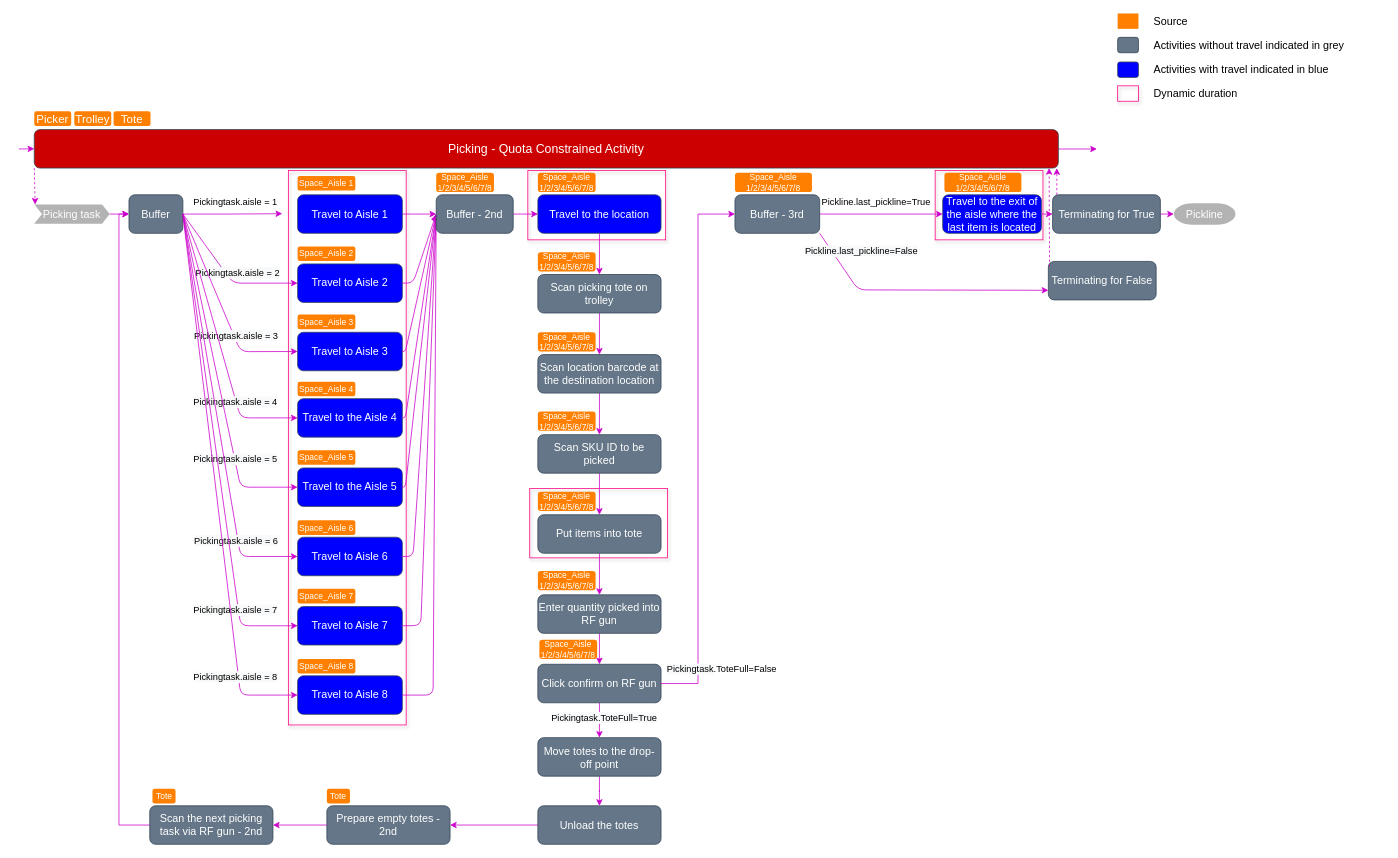
Before: picking.drawio in xfl11/xfliu, a draw.io diagram. Source tidied: cells renumbered, new cells numbered last; positions are measured from the earlier drawing's top-left corner, leaving out a move shared by most shapes. Both pictures are drawn from the tidied source at 77%, with x=0, y=0 at pixel (18, 13).
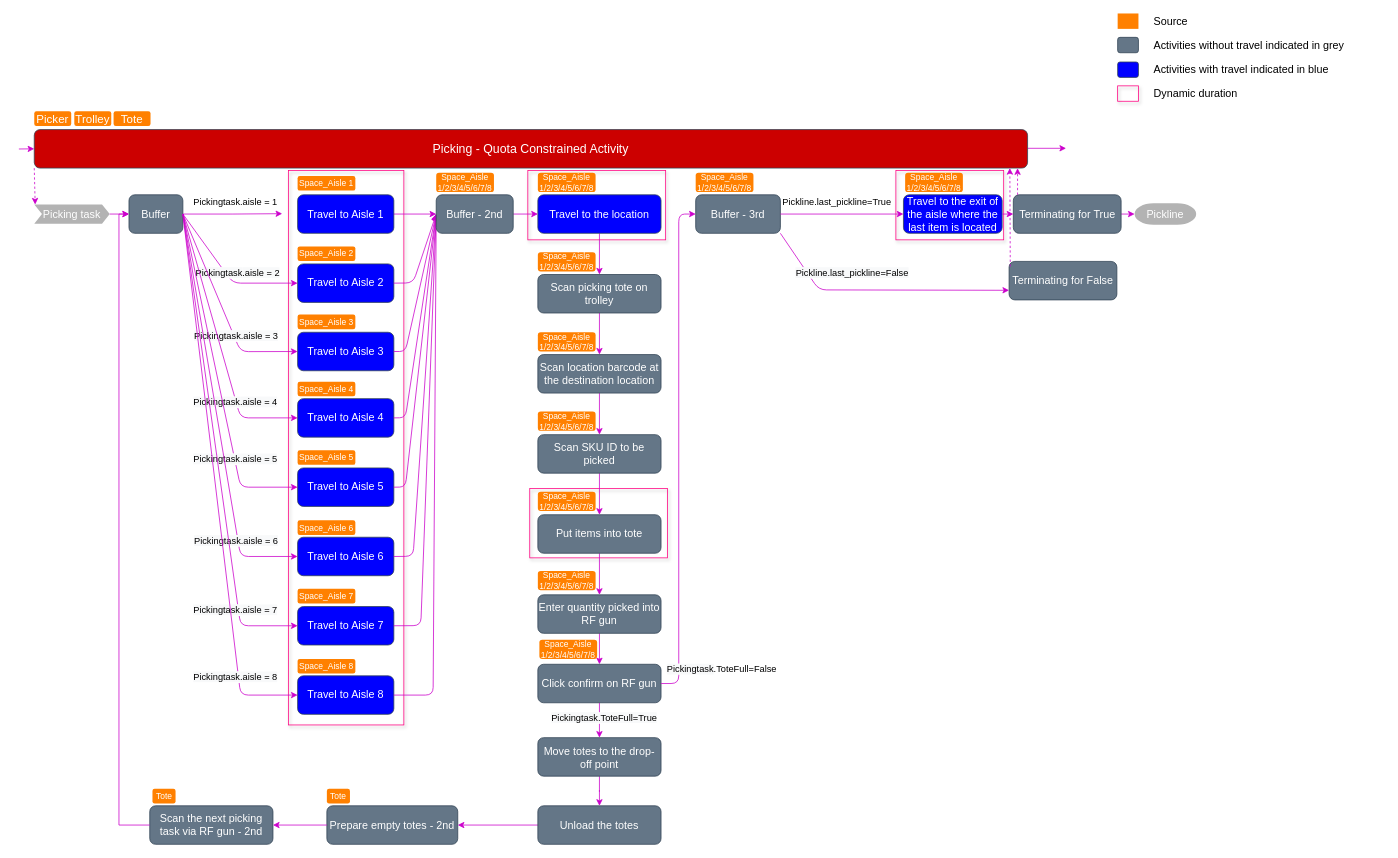
The same diagram, later.

Unchanged cells that the change refers to:
```xml
<mxCell id="72" value="Click confirm on RF gun" style="whiteSpace=wrap;html=1;rounded=1;shadow=0;dashed=0;fontColor=#ffffff;strokeColor=#314354;fillColor=#647687;fontSize=14;" parent="1" vertex="1">
  <mxGeometry x="674" y="845.2" width="160" height="50" as="geometry" />
</mxCell>
```

Diff of the diagram source:
```diff
@@
     <mxCell id="2" style="rounded=0;whiteSpace=wrap;html=1;fillColor=none;strokeColor=#FF0080;shadow=1;" parent="1" vertex="1">
-      <mxGeometry x="1190" y="204" width="140" height="90" as="geometry" />
+      <mxGeometry x="1139" y="204" width="140" height="90" as="geometry" />
     </mxCell>
@@
     <mxCell id="4" style="rounded=0;whiteSpace=wrap;html=1;fillColor=none;strokeColor=#FF0080;shadow=1;" parent="1" vertex="1">
-      <mxGeometry x="350" y="204" width="153" height="720" as="geometry" />
+      <mxGeometry x="350" y="204" width="150" height="720" as="geometry" />
     </mxCell>
@@
     <mxCell id="9" style="edgeStyle=none;rounded=1;orthogonalLoop=1;jettySize=auto;html=1;exitX=1;exitY=0.5;exitDx=0;exitDy=0;strokeColor=#CC00CC;jumpSize=6;startSize=6;" parent="1" edge="1">
       <mxGeometry relative="1" as="geometry">
-        <mxPoint x="1350" y="176" as="sourcePoint" />
-        <mxPoint x="1400" y="176" as="targetPoint" />
+        <mxPoint x="1310" y="175.1" as="sourcePoint" />
+        <mxPoint x="1360" y="175.1" as="targetPoint" />
       </mxGeometry>
     </mxCell>
     <mxCell id="10" value="Picking - Quota Constrained Activity" style="whiteSpace=wrap;html=1;rounded=1;fontColor=#ffffff;strokeColor=#314354;fillColor=#CC0000;fontSize=16;" parent="1" vertex="1">
-      <mxGeometry x="20" y="150.8" width="1330" height="50" as="geometry" />
+      <mxGeometry x="20" y="150.8" width="1290" height="50" as="geometry" />
     </mxCell>
@@
     <mxCell id="12" value="Travel to Aisle 1" style="whiteSpace=wrap;html=1;rounded=1;shadow=0;dashed=0;fillColor=#0000FF;strokeColor=#314354;fontColor=#ffffff;fontSize=14;" parent="1" vertex="1">
-      <mxGeometry x="362" y="235.5" width="136" height="50" as="geometry" />
+      <mxGeometry x="362" y="235.5" width="125" height="50" as="geometry" />
     </mxCell>
@@
     <mxCell id="20" value="Terminating for True" style="whiteSpace=wrap;html=1;rounded=1;shadow=0;dashed=0;fontColor=#ffffff;strokeColor=#314354;fillColor=#647687;fontSize=14;" parent="1" vertex="1">
-      <mxGeometry x="1342.5" y="235.5" width="140" height="50" as="geometry" />
+      <mxGeometry x="1291.5" y="235.5" width="140" height="50" as="geometry" />
     </mxCell>
     <mxCell id="21" style="edgeStyle=elbowEdgeStyle;rounded=0;orthogonalLoop=1;jettySize=auto;html=1;strokeColor=#CC00CC;fontColor=#ffffff;dashed=1;" parent="1" edge="1">
       <mxGeometry relative="1" as="geometry">
-        <mxPoint x="1348" y="235.5" as="sourcePoint" />
-        <mxPoint x="1348" y="201" as="targetPoint" />
+        <mxPoint x="1297" y="235.5" as="sourcePoint" />
+        <mxPoint x="1297" y="201" as="targetPoint" />
       </mxGeometry>
     </mxCell>
     <mxCell id="22" value="Pickline" style="strokeWidth=2;html=1;shape=mxgraph.flowchart.terminator;whiteSpace=wrap;fillColor=#B3B3B3;fontColor=#FFFFFF;strokeColor=none;fontSize=14;" parent="1" vertex="1">
-      <mxGeometry x="1500" y="246.5" width="80" height="28" as="geometry" />
+      <mxGeometry x="1449" y="246.5" width="80" height="28" as="geometry" />
     </mxCell>
@@
     <mxCell id="25" value="Travel to Aisle 2" style="whiteSpace=wrap;html=1;rounded=1;shadow=0;dashed=0;fillColor=#0000FF;strokeColor=#314354;fontColor=#ffffff;fontSize=14;" parent="1" vertex="1">
-      <mxGeometry x="362" y="325.2" width="136" height="50" as="geometry" />
+      <mxGeometry x="362" y="325.2" width="125" height="50" as="geometry" />
     </mxCell>
@@
     <mxCell id="30" value="Travel to Aisle 3" style="whiteSpace=wrap;html=1;rounded=1;shadow=0;dashed=0;fillColor=#0000FF;strokeColor=#314354;fontColor=#ffffff;fontSize=14;" parent="1" vertex="1">
-      <mxGeometry x="362" y="414" width="136" height="50" as="geometry" />
+      <mxGeometry x="362" y="414" width="125" height="50" as="geometry" />
     </mxCell>
@@
-    <mxCell id="32" value="Travel to the Aisle 4" style="whiteSpace=wrap;html=1;rounded=1;shadow=0;dashed=0;fillColor=#0000FF;strokeColor=#314354;fontColor=#ffffff;fontSize=14;" parent="1" vertex="1">
-      <mxGeometry x="362" y="500.2" width="136" height="50" as="geometry" />
+    <mxCell id="32" value="Travel to Aisle 4" style="whiteSpace=wrap;html=1;rounded=1;shadow=0;dashed=0;fillColor=#0000FF;strokeColor=#314354;fontColor=#ffffff;fontSize=14;" parent="1" vertex="1">
+      <mxGeometry x="362" y="500.2" width="125" height="50" as="geometry" />
     </mxCell>
@@
-    <mxCell id="34" value="Travel to the Aisle 5" style="whiteSpace=wrap;html=1;rounded=1;shadow=0;dashed=0;fillColor=#0000FF;strokeColor=#314354;fontColor=#ffffff;fontSize=14;" parent="1" vertex="1">
-      <mxGeometry x="362" y="590.2" width="136" height="50" as="geometry" />
+    <mxCell id="34" value="Travel to Aisle 5" style="whiteSpace=wrap;html=1;rounded=1;shadow=0;dashed=0;fillColor=#0000FF;strokeColor=#314354;fontColor=#ffffff;fontSize=14;" parent="1" vertex="1">
+      <mxGeometry x="362" y="590.2" width="125" height="50" as="geometry" />
     </mxCell>
@@
     <mxCell id="36" value="Travel to Aisle 6" style="whiteSpace=wrap;html=1;rounded=1;shadow=0;dashed=0;fillColor=#0000FF;strokeColor=#314354;fontColor=#ffffff;fontSize=14;" parent="1" vertex="1">
-      <mxGeometry x="362" y="680.2" width="136" height="50" as="geometry" />
+      <mxGeometry x="362" y="680.2" width="125" height="50" as="geometry" />
     </mxCell>
@@
     <mxCell id="38" value="Travel to Aisle 7" style="whiteSpace=wrap;html=1;rounded=1;shadow=0;dashed=0;fillColor=#0000FF;strokeColor=#314354;fontColor=#ffffff;fontSize=14;" parent="1" vertex="1">
-      <mxGeometry x="362" y="770.2" width="136" height="50" as="geometry" />
+      <mxGeometry x="362" y="770.2" width="125" height="50" as="geometry" />
     </mxCell>
@@
     <mxCell id="40" value="Travel to Aisle 8" style="whiteSpace=wrap;html=1;rounded=1;shadow=0;dashed=0;fillColor=#0000FF;strokeColor=#314354;fontColor=#ffffff;fontSize=14;" parent="1" vertex="1">
-      <mxGeometry x="362" y="860.2" width="136" height="50" as="geometry" />
+      <mxGeometry x="362" y="860.2" width="125" height="50" as="geometry" />
     </mxCell>
@@
-    <mxCell id="75" style="edgeStyle=elbowEdgeStyle;rounded=0;jettySize=auto;html=1;exitX=1;exitY=0.5;exitDx=0;exitDy=0;strokeColor=#CC00CC;fontColor=#ffffff;" parent="1" edge="1" source="72" target="85">
+    <mxCell id="75" style="edgeStyle=elbowEdgeStyle;rounded=1;jettySize=auto;html=1;exitX=1;exitY=0.5;exitDx=0;exitDy=0;strokeColor=#CC00CC;fontColor=#ffffff;curved=0;" parent="1" edge="1" source="72" target="85">
       <mxGeometry relative="1" as="geometry" />
     </mxCell>
     <mxCell id="76" value="Travel to the exit of the aisle where the last item is located" style="whiteSpace=wrap;html=1;rounded=1;shadow=0;dashed=0;fontColor=#ffffff;strokeColor=#314354;fillColor=#0000FF;fontSize=14;" parent="1" vertex="1">
-      <mxGeometry x="1199.8" y="235.5" width="128.2" height="50" as="geometry" />
+      <mxGeometry x="1148.8" y="235.5" width="128.2" height="50" as="geometry" />
     </mxCell>
@@
     <mxCell id="80" value="Prepare empty totes - 2nd" style="rounded=1;whiteSpace=wrap;html=1;fillColor=#647687;fontColor=#ffffff;strokeColor=#314354;fontSize=14;" parent="1" vertex="1">
-      <mxGeometry x="400" y="1029" width="160" height="50" as="geometry" />
+      <mxGeometry x="400" y="1029" width="170" height="50" as="geometry" />
     </mxCell>
@@
     <mxCell id="85" value="Buffer - 3rd" style="whiteSpace=wrap;html=1;rounded=1;shadow=0;dashed=0;fontColor=#ffffff;strokeColor=#314354;fillColor=#647687;fontSize=14;" parent="1" vertex="1">
-      <mxGeometry x="930" y="235.5" width="110" height="50" as="geometry" />
+      <mxGeometry x="879" y="235.5" width="110" height="50" as="geometry" />
     </mxCell>
@@
     <mxCell id="87" value="Pickline.last_pickline=True" style="text;whiteSpace=wrap;html=1;" parent="1" vertex="1">
-      <mxGeometry x="1041" y="230.5" width="160" height="28" as="geometry" />
+      <mxGeometry x="990" y="230.5" width="160" height="28" as="geometry" />
     </mxCell>
     <mxCell id="88" style="endArrow=classic;html=1;strokeColor=#CC00CC;exitX=1;exitY=1;exitDx=0;exitDy=0;entryX=0;entryY=0.75;entryDx=0;entryDy=0;" parent="1" edge="1" source="85" target="90">
       <mxGeometry relative="1" as="geometry">
         <Array as="points">
-          <mxPoint x="1090" y="359" />
+          <mxPoint x="1039" y="359" />
         </Array>
       </mxGeometry>
     </mxCell>
     <mxCell id="89" value="&lt;span style=&quot;font-size: 12px ; text-align: left ; background-color: rgb(248 , 249 , 250)&quot;&gt;Pickline.last_pickline=False&lt;/span&gt;" style="edgeLabel;html=1;align=center;verticalAlign=middle;" parent="88" vertex="1">
       <mxGeometry x="-0.68" y="1" relative="1" as="geometry">
-        <mxPoint x="22" y="-21" as="offset" />
+        <mxPoint x="61" y="7" as="offset" />
       </mxGeometry>
     </mxCell>
     <mxCell id="90" value="Terminating for False" style="whiteSpace=wrap;html=1;rounded=1;shadow=0;dashed=0;fontColor=#ffffff;strokeColor=#314354;fillColor=#647687;fontSize=14;" parent="1" vertex="1">
-      <mxGeometry x="1337" y="322" width="140" height="50" as="geometry" />
+      <mxGeometry x="1286" y="322" width="140" height="50" as="geometry" />
     </mxCell>
     <mxCell id="91" style="edgeStyle=elbowEdgeStyle;rounded=0;jettySize=auto;html=1;strokeColor=#CC00CC;fontColor=#ffffff;dashed=1;exitX=0.011;exitY=0.132;exitDx=0;exitDy=0;exitPerimeter=0;" parent="1" edge="1" source="90">
       <mxGeometry relative="1" as="geometry">
-        <mxPoint x="1338" y="200.8" as="targetPoint" />
+        <mxPoint x="1287" y="200.8" as="targetPoint" />
       </mxGeometry>
     </mxCell>
@@
     <mxCell id="105" value="Space_Aisle 1/2/3/4/5/6/7/8" style="rounded=1;whiteSpace=wrap;html=1;labelBackgroundColor=none;fontSize=11;fillColor=#FF8000;fontColor=#FFFFFF;strokeColor=none;verticalAlign=middle;spacing=0;" parent="1" vertex="1">
-      <mxGeometry x="930" y="207" width="100" height="25" as="geometry" />
+      <mxGeometry x="879" y="207" width="75" height="25" as="geometry" />
     </mxCell>
     <mxCell id="106" value="Space_Aisle 1/2/3/4/5/6/7/8" style="rounded=1;whiteSpace=wrap;html=1;labelBackgroundColor=none;fontSize=11;fillColor=#FF8000;fontColor=#FFFFFF;strokeColor=none;verticalAlign=middle;spacing=0;" parent="1" vertex="1">
-      <mxGeometry x="1202" y="207" width="100" height="25" as="geometry" />
+      <mxGeometry x="1151" y="207" width="75" height="25" as="geometry" />
     </mxCell>
```
